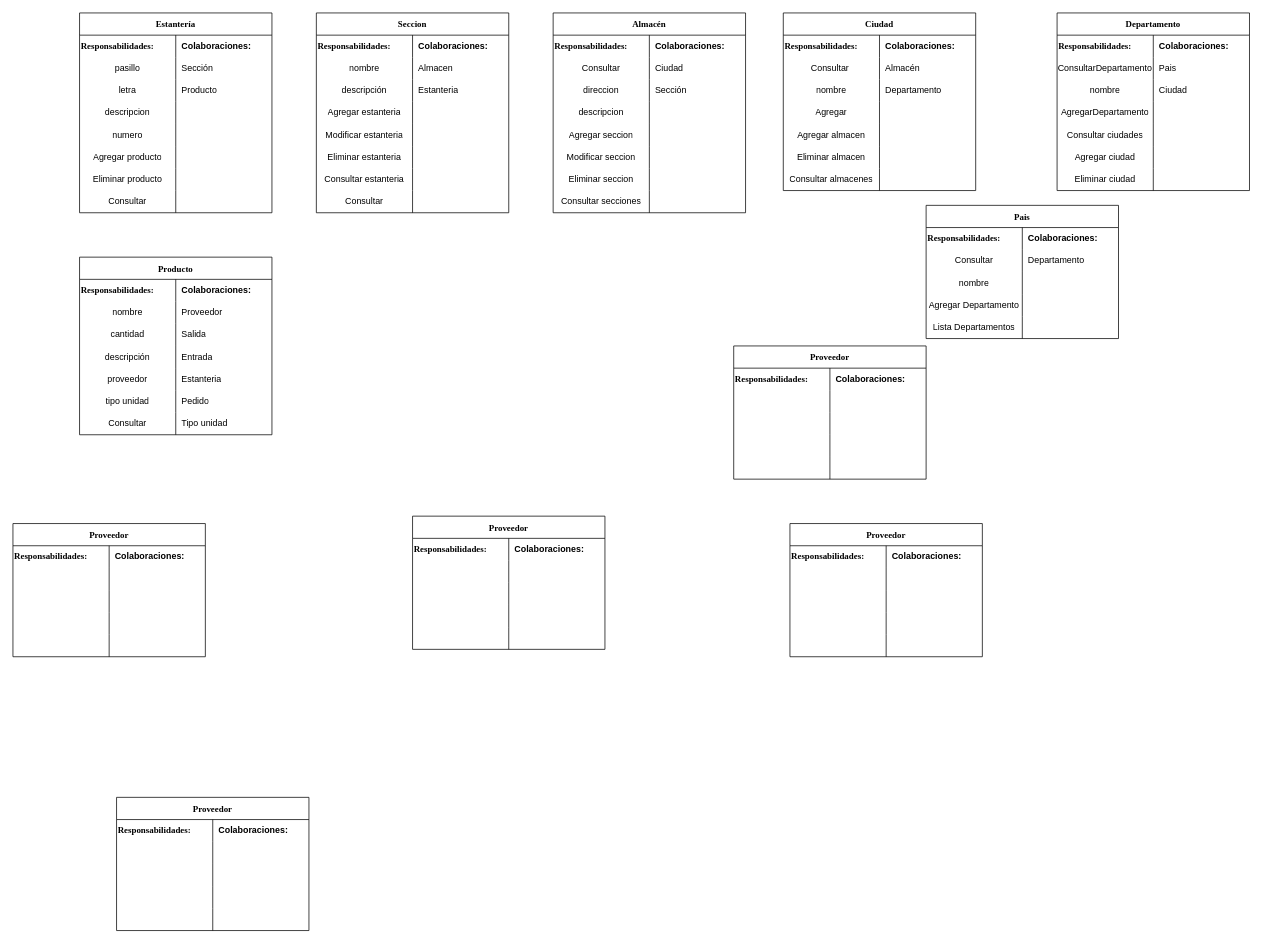
Before: page "CRC" (1 of 2) of Extraclase/Modelo de dominio/Tarjetas CRC.drawio in DOOPan2022/Presupuesto, a draw.io diagram. Source tidied: cells renumbered, new cells numbered last; positions are measured from the earlier drawing's top-left corner, leaving out a move shared by most shapes. Both pictures are drawn from the tidied source at 74%, with x=0, y=0 at pixel (13, 13).
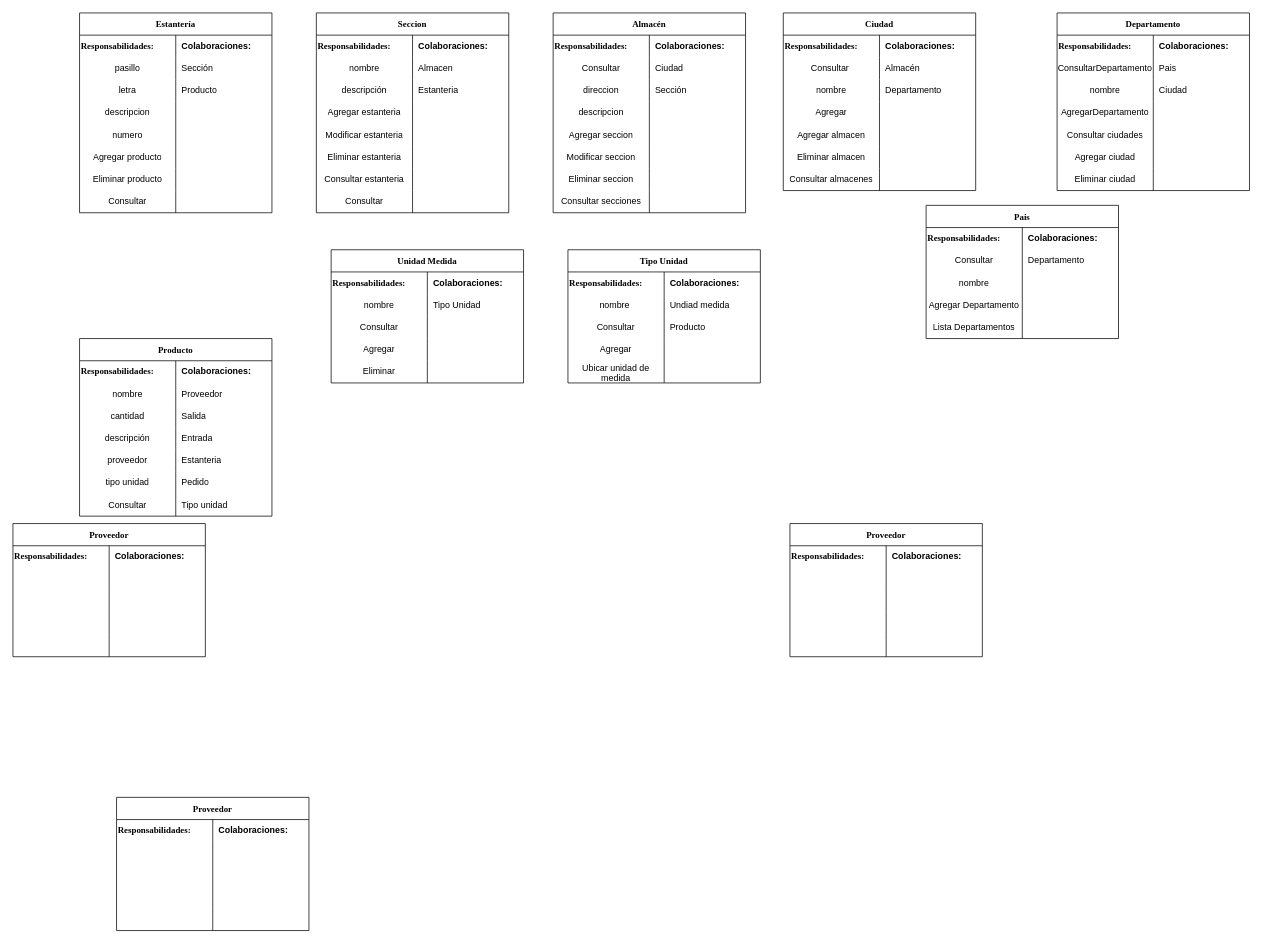
After the change.

The change refers to these unchanged cells:
```xml
<mxCell id="28" style="shape=tableRow;horizontal=0;startSize=0;swimlaneHead=0;swimlaneBody=0;top=0;left=0;bottom=0;right=0;fillColor=none;" parent="24" vertex="1">
  <mxGeometry y="60" width="260" height="30" as="geometry" />
</mxCell>
<mxCell id="31" style="shape=tableRow;horizontal=0;startSize=0;swimlaneHead=0;swimlaneBody=0;top=0;left=0;bottom=0;right=0;fillColor=none;" parent="24" vertex="1">
  <mxGeometry y="90" width="260" height="30" as="geometry" />
</mxCell>
<mxCell id="34" style="shape=tableRow;horizontal=0;startSize=0;swimlaneHead=0;swimlaneBody=0;top=0;left=0;bottom=0;right=0;fillColor=none;" parent="24" vertex="1">
  <mxGeometry y="120" width="260" height="30" as="geometry" />
</mxCell>
<mxCell id="37" style="shape=tableRow;horizontal=0;startSize=0;swimlaneHead=0;swimlaneBody=0;top=0;left=0;bottom=0;right=0;fillColor=none;" parent="24" vertex="1">
  <mxGeometry y="150" width="260" height="30" as="geometry" />
</mxCell>
<mxCell id="60" style="shape=tableRow;horizontal=0;startSize=0;swimlaneHead=0;swimlaneBody=0;top=0;left=0;bottom=0;right=0;fillColor=none;" parent="56" vertex="1">
  <mxGeometry y="60" width="260" height="30" as="geometry" />
</mxCell>
<mxCell id="63" style="shape=tableRow;horizontal=0;startSize=0;swimlaneHead=0;swimlaneBody=0;top=0;left=0;bottom=0;right=0;fillColor=none;" parent="56" vertex="1">
  <mxGeometry y="90" width="260" height="30" as="geometry" />
</mxCell>
<mxCell id="66" style="shape=tableRow;horizontal=0;startSize=0;swimlaneHead=0;swimlaneBody=0;top=0;left=0;bottom=0;right=0;fillColor=none;" parent="56" vertex="1">
  <mxGeometry y="120" width="260" height="30" as="geometry" />
</mxCell>
<mxCell id="69" style="shape=tableRow;horizontal=0;startSize=0;swimlaneHead=0;swimlaneBody=0;top=0;left=0;bottom=0;right=0;fillColor=none;" parent="56" vertex="1">
  <mxGeometry y="150" width="260" height="30" as="geometry" />
</mxCell>
```

The edit, as a diff of the source:
```diff
@@
     <mxCell id="2" value="Producto" style="shape=table;startSize=30;childLayout=tableLayout;rowLines=0;fontStyle=1;fontFamily=Times New Roman;" parent="1" vertex="1">
-      <mxGeometry x="90" y="330" width="260" height="240" as="geometry" />
+      <mxGeometry x="90" y="440" width="260" height="240" as="geometry" />
     </mxCell>
@@
-    <mxCell id="24" value="Proveedor" style="shape=table;startSize=30;childLayout=tableLayout;rowLines=0;fontStyle=1;fontFamily=Times New Roman;" parent="1" vertex="1">
-      <mxGeometry x="540" y="680" width="260" height="180" as="geometry" />
+    <mxCell id="24" value="Tipo Unidad" style="shape=table;startSize=30;childLayout=tableLayout;rowLines=0;fontStyle=1;fontFamily=Times New Roman;" parent="1" vertex="1">
+      <mxGeometry x="750" y="320" width="260" height="180" as="geometry" />
     </mxCell>
@@
-    <mxCell id="29" style="shape=partialRectangle;html=1;whiteSpace=wrap;fillColor=none;top=0;left=0;bottom=0;right=0;overflow=hidden;" parent="28" vertex="1">
+    <mxCell id="29" value="nombre&amp;nbsp;" style="shape=partialRectangle;html=1;whiteSpace=wrap;fillColor=none;top=0;left=0;bottom=0;right=0;overflow=hidden;" parent="28" vertex="1">
       <mxGeometry width="130" height="30" as="geometry" />
     </mxCell>
-    <mxCell id="30" style="shape=partialRectangle;html=1;whiteSpace=wrap;fillColor=none;top=0;left=0;bottom=0;right=0;align=left;spacingLeft=6;overflow=hidden;" parent="28" vertex="1">
+    <mxCell id="30" value="Undiad medida" style="shape=partialRectangle;html=1;whiteSpace=wrap;fillColor=none;top=0;left=0;bottom=0;right=0;align=left;spacingLeft=6;overflow=hidden;" parent="28" vertex="1">
       <mxGeometry x="130" width="130" height="30" as="geometry" />
     </mxCell>
@@
-    <mxCell id="32" style="shape=partialRectangle;html=1;whiteSpace=wrap;fillColor=none;top=0;left=0;bottom=0;right=0;overflow=hidden;" parent="31" vertex="1">
+    <mxCell id="32" value="Consultar" style="shape=partialRectangle;html=1;whiteSpace=wrap;fillColor=none;top=0;left=0;bottom=0;right=0;overflow=hidden;" parent="31" vertex="1">
       <mxGeometry width="130" height="30" as="geometry" />
     </mxCell>
-    <mxCell id="33" style="shape=partialRectangle;html=1;whiteSpace=wrap;fillColor=none;top=0;left=0;bottom=0;right=0;align=left;spacingLeft=6;overflow=hidden;" parent="31" vertex="1">
+    <mxCell id="33" value="Producto" style="shape=partialRectangle;html=1;whiteSpace=wrap;fillColor=none;top=0;left=0;bottom=0;right=0;align=left;spacingLeft=6;overflow=hidden;" parent="31" vertex="1">
       <mxGeometry x="130" width="130" height="30" as="geometry" />
     </mxCell>
@@
-    <mxCell id="35" style="shape=partialRectangle;html=1;whiteSpace=wrap;fillColor=none;top=0;left=0;bottom=0;right=0;overflow=hidden;" parent="34" vertex="1">
+    <mxCell id="35" value="Agregar" style="shape=partialRectangle;html=1;whiteSpace=wrap;fillColor=none;top=0;left=0;bottom=0;right=0;overflow=hidden;" parent="34" vertex="1">
       <mxGeometry width="130" height="30" as="geometry" />
     </mxCell>
@@
-    <mxCell id="38" style="shape=partialRectangle;html=1;whiteSpace=wrap;fillColor=none;top=0;left=0;bottom=0;right=0;overflow=hidden;" parent="37" vertex="1">
+    <mxCell id="38" value="Ubicar unidad de medida" style="shape=partialRectangle;html=1;whiteSpace=wrap;fillColor=none;top=0;left=0;bottom=0;right=0;overflow=hidden;" parent="37" vertex="1">
       <mxGeometry width="130" height="30" as="geometry" />
     </mxCell>
@@
-    <mxCell id="56" value="Proveedor" style="shape=table;startSize=30;childLayout=tableLayout;rowLines=0;fontStyle=1;fontFamily=Times New Roman;" parent="1" vertex="1">
-      <mxGeometry x="974" y="450" width="260" height="180" as="geometry" />
+    <mxCell id="56" value="Unidad Medida" style="shape=table;startSize=30;childLayout=tableLayout;rowLines=0;fontStyle=1;fontFamily=Times New Roman;" parent="1" vertex="1">
+      <mxGeometry x="430" y="320" width="260" height="180" as="geometry" />
     </mxCell>
@@
-    <mxCell id="61" style="shape=partialRectangle;html=1;whiteSpace=wrap;fillColor=none;top=0;left=0;bottom=0;right=0;overflow=hidden;" parent="60" vertex="1">
+    <mxCell id="61" value="nombre" style="shape=partialRectangle;html=1;whiteSpace=wrap;fillColor=none;top=0;left=0;bottom=0;right=0;overflow=hidden;" parent="60" vertex="1">
       <mxGeometry width="130" height="30" as="geometry" />
     </mxCell>
-    <mxCell id="62" style="shape=partialRectangle;html=1;whiteSpace=wrap;fillColor=none;top=0;left=0;bottom=0;right=0;align=left;spacingLeft=6;overflow=hidden;" parent="60" vertex="1">
+    <mxCell id="62" value="Tipo Unidad" style="shape=partialRectangle;html=1;whiteSpace=wrap;fillColor=none;top=0;left=0;bottom=0;right=0;align=left;spacingLeft=6;overflow=hidden;" parent="60" vertex="1">
       <mxGeometry x="130" width="130" height="30" as="geometry" />
     </mxCell>
@@
-    <mxCell id="64" style="shape=partialRectangle;html=1;whiteSpace=wrap;fillColor=none;top=0;left=0;bottom=0;right=0;overflow=hidden;" parent="63" vertex="1">
+    <mxCell id="64" value="Consultar" style="shape=partialRectangle;html=1;whiteSpace=wrap;fillColor=none;top=0;left=0;bottom=0;right=0;overflow=hidden;" parent="63" vertex="1">
       <mxGeometry width="130" height="30" as="geometry" />
     </mxCell>
@@
-    <mxCell id="67" style="shape=partialRectangle;html=1;whiteSpace=wrap;fillColor=none;top=0;left=0;bottom=0;right=0;overflow=hidden;" parent="66" vertex="1">
+    <mxCell id="67" value="Agregar" style="shape=partialRectangle;html=1;whiteSpace=wrap;fillColor=none;top=0;left=0;bottom=0;right=0;overflow=hidden;" parent="66" vertex="1">
       <mxGeometry width="130" height="30" as="geometry" />
     </mxCell>
@@
-    <mxCell id="70" style="shape=partialRectangle;html=1;whiteSpace=wrap;fillColor=none;top=0;left=0;bottom=0;right=0;overflow=hidden;" parent="69" vertex="1">
+    <mxCell id="70" value="Eliminar" style="shape=partialRectangle;html=1;whiteSpace=wrap;fillColor=none;top=0;left=0;bottom=0;right=0;overflow=hidden;" parent="69" vertex="1">
       <mxGeometry width="130" height="30" as="geometry" />
     </mxCell>
```
